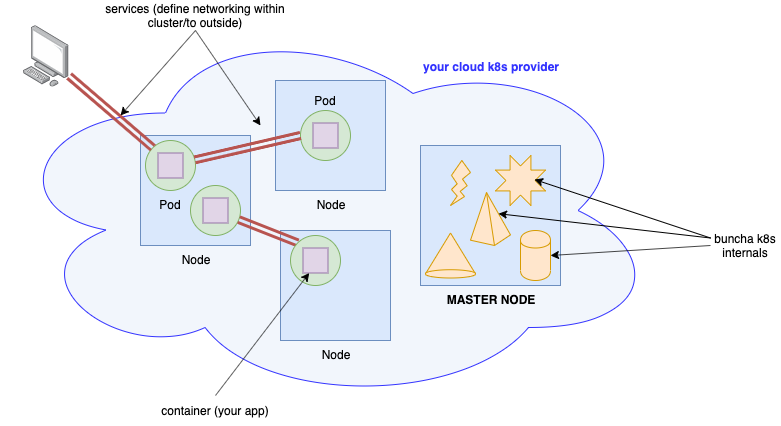
This is blog/assets/images/crash-course-kubernetes-nodes/k8s-arch.png from tilt-dev/tilt.build, a draw.io export, as it was before one commit. Source tidied: cells renumbered, new cells last; positions are measured from the earlier drawing's top-left corner, leaving out a move shared by most shapes. The source it was exported from:
```xml
<mxGraphModel>
  <root>
    <mxCell id="0" />
    <mxCell id="1" parent="0" />
    <mxCell id="2" style="ellipse;shape=cloud;whiteSpace=wrap;html=1;fillColor=#7EA6E0;fillOpacity=10;strokeColor=#3333FF;" parent="1" vertex="1">
      <mxGeometry y="15" width="660" height="390" as="geometry" />
    </mxCell>
    <mxCell id="3" value="Node" style="whiteSpace=wrap;html=1;labelPosition=center;verticalLabelPosition=bottom;align=center;verticalAlign=top;fillColor=#dae8fc;strokeColor=#6c8ebf;" parent="1" vertex="1">
      <mxGeometry x="140" y="135" width="110" height="110" as="geometry" />
    </mxCell>
    <mxCell id="4" value="&lt;b&gt;MASTER NODE&lt;/b&gt;" style="whiteSpace=wrap;html=1;labelPosition=center;verticalLabelPosition=bottom;align=center;verticalAlign=top;fillColor=#dae8fc;strokeColor=#6c8ebf;" parent="1" vertex="1">
      <mxGeometry x="420" y="145" width="140" height="140" as="geometry" />
    </mxCell>
    <mxCell id="5" value="Pod" style="ellipse;whiteSpace=wrap;html=1;fillColor=#d5e8d4;strokeColor=#82b366;labelPosition=center;verticalLabelPosition=bottom;align=center;verticalAlign=top;" parent="1" vertex="1">
      <mxGeometry x="145" y="140" width="50" height="50" as="geometry" />
    </mxCell>
    <mxCell id="6" value="Node" style="whiteSpace=wrap;html=1;labelPosition=center;verticalLabelPosition=bottom;align=center;verticalAlign=top;fillColor=#dae8fc;strokeColor=#6c8ebf;" parent="1" vertex="1">
      <mxGeometry x="275" y="80" width="110" height="110" as="geometry" />
    </mxCell>
    <mxCell id="7" value="Node" style="whiteSpace=wrap;html=1;labelPosition=center;verticalLabelPosition=bottom;align=center;verticalAlign=top;fillColor=#dae8fc;strokeColor=#6c8ebf;" parent="1" vertex="1">
      <mxGeometry x="280" y="230" width="110" height="110" as="geometry" />
    </mxCell>
    <mxCell id="8" style="ellipse;whiteSpace=wrap;html=1;fillColor=#d5e8d4;strokeColor=#82b366;labelPosition=center;verticalLabelPosition=top;align=center;verticalAlign=bottom;" parent="1" vertex="1">
      <mxGeometry x="190" y="185" width="50" height="50" as="geometry" />
    </mxCell>
    <mxCell id="9" value="Pod" style="ellipse;whiteSpace=wrap;html=1;fillColor=#d5e8d4;strokeColor=#82b366;labelPosition=center;verticalLabelPosition=top;align=center;verticalAlign=bottom;" parent="1" vertex="1">
      <mxGeometry x="300" y="110" width="50" height="50" as="geometry" />
    </mxCell>
    <mxCell id="10" value="container (your app)" style="text;html=1;strokeColor=none;fillColor=none;align=center;verticalAlign=middle;whiteSpace=wrap;rounded=0;" parent="1" vertex="1">
      <mxGeometry x="120" y="395" width="190" height="30" as="geometry" />
    </mxCell>
    <mxCell id="11" style="verticalLabelPosition=bottom;verticalAlign=top;html=1;shape=mxgraph.basic.flash;fillColor=#ffe6cc;strokeColor=#d79b00;" parent="1" vertex="1">
      <mxGeometry x="450" y="160" width="20" height="45" as="geometry" />
    </mxCell>
    <mxCell id="12" style="verticalLabelPosition=bottom;verticalAlign=top;html=1;shape=mxgraph.basic.cone;fillColor=#ffe6cc;strokeColor=#d79b00;" parent="1" vertex="1">
      <mxGeometry x="425" y="232.5" width="50" height="45" as="geometry" />
    </mxCell>
    <mxCell id="13" style="verticalLabelPosition=bottom;verticalAlign=top;html=1;shape=mxgraph.basic.8_point_star;fillColor=#ffe6cc;strokeColor=#d79b00;" parent="1" vertex="1">
      <mxGeometry x="495" y="155" width="50" height="50" as="geometry" />
    </mxCell>
    <mxCell id="14" style="verticalLabelPosition=bottom;verticalAlign=top;html=1;shape=mxgraph.basic.pyramid;dx1=0.4;dx2=0.6;dy1=0.9;dy2=0.8;fillColor=#ffe6cc;strokeColor=#d79b00;" parent="1" vertex="1">
      <mxGeometry x="470" y="192" width="40" height="53" as="geometry" />
    </mxCell>
    <mxCell id="15" style="shape=cylinder;whiteSpace=wrap;html=1;boundedLbl=1;backgroundOutline=1;fillColor=#ffe6cc;strokeColor=#d79b00;" parent="1" vertex="1">
      <mxGeometry x="520" y="230" width="30" height="50" as="geometry" />
    </mxCell>
    <mxCell id="16" style="endArrow=classic;html=1;exitX=0;exitY=0.25;exitDx=0;exitDy=0;entryX=0.78;entryY=0.48;entryDx=0;entryDy=0;entryPerimeter=0;" parent="1" edge="1" source="19" target="13">
      <mxGeometry relative="1" as="geometry" />
    </mxCell>
    <mxCell id="17" style="endArrow=classic;html=1;exitX=0;exitY=0.25;exitDx=0;exitDy=0;entryX=0;entryY=0;entryDx=28;entryDy=21.200000000000003;entryPerimeter=0;" parent="1" edge="1" source="19" target="14">
      <mxGeometry relative="1" as="geometry" />
    </mxCell>
    <mxCell id="18" style="endArrow=classic;html=1;entryX=1;entryY=0.5;entryDx=0;entryDy=0;" parent="1" edge="1" source="19" target="15">
      <mxGeometry relative="1" as="geometry" />
    </mxCell>
    <mxCell id="19" value="buncha k8s internals" style="text;html=1;strokeColor=none;fillColor=none;align=center;verticalAlign=middle;whiteSpace=wrap;rounded=0;" parent="1" vertex="1">
      <mxGeometry x="710" y="230" width="70" height="30" as="geometry" />
    </mxCell>
    <mxCell id="20" style="shape=link;html=1;entryX=0;entryY=0.5;entryDx=0;entryDy=0;strokeColor=#B85450;strokeWidth=3;" parent="1" edge="1" source="5" target="9">
      <mxGeometry relative="1" as="geometry" />
    </mxCell>
    <mxCell id="21" style="shape=link;html=1;entryX=0;entryY=0;entryDx=0;entryDy=0;strokeColor=#B85450;strokeWidth=3;" parent="1" edge="1" source="8" target="31">
      <mxGeometry relative="1" as="geometry" />
    </mxCell>
    <mxCell id="22" style="points=[];html=1;align=center;shadow=0;dashed=0;image;image=img/lib/allied_telesis/computer_and_terminals/Personal_Computer.svg;fillColor=#7EA6E0;" parent="1" vertex="1">
      <mxGeometry x="23" y="25" width="45.6" height="61.8" as="geometry" />
    </mxCell>
    <mxCell id="23" style="shape=link;html=1;exitX=0;exitY=0;exitDx=0;exitDy=0;strokeColor=#B85450;strokeWidth=3;" parent="1" edge="1" source="5" target="22">
      <mxGeometry relative="1" as="geometry" />
    </mxCell>
    <mxCell id="24" value="services (define networking within cluster/to outside)" style="text;html=1;strokeColor=none;fillColor=none;align=center;verticalAlign=middle;whiteSpace=wrap;rounded=0;" parent="1" vertex="1">
      <mxGeometry x="100" width="190" height="30" as="geometry" />
    </mxCell>
    <mxCell id="25" style="endArrow=classic;html=1;exitX=0.5;exitY=1;exitDx=0;exitDy=0;" parent="1" edge="1" source="24">
      <mxGeometry relative="1" as="geometry">
        <mxPoint x="260" y="125" as="targetPoint" />
      </mxGeometry>
    </mxCell>
    <mxCell id="26" style="endArrow=classic;html=1;exitX=0.5;exitY=1;exitDx=0;exitDy=0;" parent="1" edge="1" source="24">
      <mxGeometry relative="1" as="geometry">
        <mxPoint x="120" y="115" as="targetPoint" />
      </mxGeometry>
    </mxCell>
    <mxCell id="27" value="your cloud k8s provider" style="text;html=1;strokeColor=none;fillColor=none;align=center;verticalAlign=middle;whiteSpace=wrap;rounded=0;fontStyle=1;fontColor=#3333FF;" parent="1" vertex="1">
      <mxGeometry x="415" y="56" width="150" height="20" as="geometry" />
    </mxCell>
    <mxCell id="28" style="whiteSpace=wrap;html=1;strokeColor=#9673a6;fillColor=#e1d5e7;" parent="1" vertex="1">
      <mxGeometry x="312.5" y="122.5" width="25" height="25" as="geometry" />
    </mxCell>
    <mxCell id="29" style="whiteSpace=wrap;html=1;strokeColor=#9673a6;fillColor=#e1d5e7;" parent="1" vertex="1">
      <mxGeometry x="202.5" y="197.5" width="25" height="25" as="geometry" />
    </mxCell>
    <mxCell id="30" style="whiteSpace=wrap;html=1;strokeColor=#9673a6;fillColor=#e1d5e7;" parent="1" vertex="1">
      <mxGeometry x="157.5" y="152.5" width="25" height="25" as="geometry" />
    </mxCell>
    <mxCell id="31" style="ellipse;whiteSpace=wrap;html=1;fillColor=#d5e8d4;strokeColor=#82b366;labelPosition=center;verticalLabelPosition=top;align=center;verticalAlign=bottom;" parent="1" vertex="1">
      <mxGeometry x="290" y="235" width="50" height="50" as="geometry" />
    </mxCell>
    <mxCell id="32" style="whiteSpace=wrap;html=1;strokeColor=#9673a6;fillColor=#e1d5e7;" parent="1" vertex="1">
      <mxGeometry x="302.5" y="247.5" width="25" height="25" as="geometry" />
    </mxCell>
    <mxCell id="33" style="endArrow=classic;html=1;exitX=0.5;exitY=0;exitDx=0;exitDy=0;entryX=0.25;entryY=1;entryDx=0;entryDy=0;" parent="1" edge="1" source="10" target="32">
      <mxGeometry relative="1" as="geometry" />
    </mxCell>
  </root>
</mxGraphModel>
```
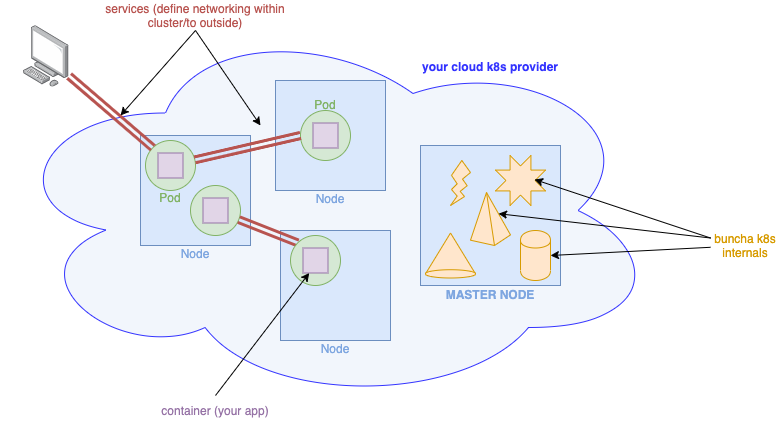
After the change.

Diff of the diagram source:
```diff
@@ -5,28 +5,28 @@
     <mxCell id="2" style="ellipse;shape=cloud;whiteSpace=wrap;html=1;fillColor=#7EA6E0;fillOpacity=10;strokeColor=#3333FF;" parent="1" vertex="1">
       <mxGeometry y="15" width="660" height="390" as="geometry" />
     </mxCell>
-    <mxCell id="3" value="Node" style="whiteSpace=wrap;html=1;labelPosition=center;verticalLabelPosition=bottom;align=center;verticalAlign=top;fillColor=#dae8fc;strokeColor=#6c8ebf;" parent="1" vertex="1">
-      <mxGeometry x="140" y="135" width="110" height="110" as="geometry" />
-    </mxCell>
+    <mxCell id="34" value="Node" style="whiteSpace=wrap;html=1;labelPosition=center;verticalLabelPosition=bottom;align=center;verticalAlign=top;fillColor=#dae8fc;strokeColor=#6c8ebf;spacingTop=-5;fontColor=#7EA6E0;" parent="1" vertex="1">
+      <mxGeometry x="140" y="135" width="110" height="110" as="geometry" />
+    </mxCell>
-    <mxCell id="4" value="&lt;b&gt;MASTER NODE&lt;/b&gt;" style="whiteSpace=wrap;html=1;labelPosition=center;verticalLabelPosition=bottom;align=center;verticalAlign=top;fillColor=#dae8fc;strokeColor=#6c8ebf;" parent="1" vertex="1">
+    <mxCell id="4" value="&lt;b&gt;MASTER NODE&lt;/b&gt;" style="whiteSpace=wrap;html=1;labelPosition=center;verticalLabelPosition=bottom;align=center;verticalAlign=top;fillColor=#dae8fc;strokeColor=#6c8ebf;fontColor=#7EA6E0;spacingTop=-4;" parent="1" vertex="1">
       <mxGeometry x="420" y="145" width="140" height="140" as="geometry" />
     </mxCell>
-    <mxCell id="5" value="Pod" style="ellipse;whiteSpace=wrap;html=1;fillColor=#d5e8d4;strokeColor=#82b366;labelPosition=center;verticalLabelPosition=bottom;align=center;verticalAlign=top;" parent="1" vertex="1">
-      <mxGeometry x="145" y="140" width="50" height="50" as="geometry" />
-    </mxCell>
-    <mxCell id="6" value="Node" style="whiteSpace=wrap;html=1;labelPosition=center;verticalLabelPosition=bottom;align=center;verticalAlign=top;fillColor=#dae8fc;strokeColor=#6c8ebf;" parent="1" vertex="1">
-      <mxGeometry x="275" y="80" width="110" height="110" as="geometry" />
-    </mxCell>
-    <mxCell id="7" value="Node" style="whiteSpace=wrap;html=1;labelPosition=center;verticalLabelPosition=bottom;align=center;verticalAlign=top;fillColor=#dae8fc;strokeColor=#6c8ebf;" parent="1" vertex="1">
-      <mxGeometry x="280" y="230" width="110" height="110" as="geometry" />
-    </mxCell>
+    <mxCell id="35" value="Pod" style="ellipse;whiteSpace=wrap;fillColor=#d5e8d4;strokeColor=#82b366;labelPosition=center;verticalLabelPosition=bottom;align=center;verticalAlign=top;spacingTop=-6;fontColor=#82B366;" parent="1" vertex="1">
+      <mxGeometry x="145" y="140" width="50" height="50" as="geometry" />
+    </mxCell>
+    <mxCell id="36" value="Node" style="whiteSpace=wrap;html=1;labelPosition=center;verticalLabelPosition=bottom;align=center;verticalAlign=top;fillColor=#dae8fc;strokeColor=#6c8ebf;fontColor=#7EA6E0;spacingTop=-5;" parent="1" vertex="1">
+      <mxGeometry x="275" y="80" width="110" height="110" as="geometry" />
+    </mxCell>
+    <mxCell id="37" value="Node" style="whiteSpace=wrap;html=1;labelPosition=center;verticalLabelPosition=bottom;align=center;verticalAlign=top;fillColor=#dae8fc;strokeColor=#6c8ebf;spacingTop=-5;fontColor=#7EA6E0;" parent="1" vertex="1">
+      <mxGeometry x="280" y="230" width="110" height="110" as="geometry" />
+    </mxCell>
     <mxCell id="8" style="ellipse;whiteSpace=wrap;html=1;fillColor=#d5e8d4;strokeColor=#82b366;labelPosition=center;verticalLabelPosition=top;align=center;verticalAlign=bottom;" parent="1" vertex="1">
       <mxGeometry x="190" y="185" width="50" height="50" as="geometry" />
     </mxCell>
-    <mxCell id="9" value="Pod" style="ellipse;whiteSpace=wrap;html=1;fillColor=#d5e8d4;strokeColor=#82b366;labelPosition=center;verticalLabelPosition=top;align=center;verticalAlign=bottom;" parent="1" vertex="1">
-      <mxGeometry x="300" y="110" width="50" height="50" as="geometry" />
-    </mxCell>
+    <mxCell id="38" value="Pod" style="ellipse;whiteSpace=wrap;html=1;fillColor=#d5e8d4;strokeColor=#82b366;labelPosition=center;verticalLabelPosition=top;align=center;verticalAlign=bottom;spacingBottom=-4;fontColor=#82B366;" parent="1" vertex="1">
+      <mxGeometry x="300" y="110" width="50" height="50" as="geometry" />
+    </mxCell>
-    <mxCell id="10" value="container (your app)" style="text;html=1;strokeColor=none;fillColor=none;align=center;verticalAlign=middle;whiteSpace=wrap;rounded=0;" parent="1" vertex="1">
+    <mxCell id="10" value="container (your app)" style="text;html=1;strokeColor=none;fillColor=none;align=center;verticalAlign=middle;whiteSpace=wrap;rounded=0;fontColor=#9673A6;" parent="1" vertex="1">
       <mxGeometry x="120" y="395" width="190" height="30" as="geometry" />
     </mxCell>
     <mxCell id="11" style="verticalLabelPosition=bottom;verticalAlign=top;html=1;shape=mxgraph.basic.flash;fillColor=#ffe6cc;strokeColor=#d79b00;" parent="1" vertex="1">
@@ -53,34 +53,34 @@
     <mxCell id="18" style="endArrow=classic;html=1;entryX=1;entryY=0.5;entryDx=0;entryDy=0;" parent="1" edge="1" source="19" target="15">
       <mxGeometry relative="1" as="geometry" />
     </mxCell>
-    <mxCell id="19" value="buncha k8s internals" style="text;html=1;strokeColor=none;fillColor=none;align=center;verticalAlign=middle;whiteSpace=wrap;rounded=0;" parent="1" vertex="1">
+    <mxCell id="19" value="buncha k8s internals" style="text;html=1;strokeColor=none;fillColor=none;align=center;verticalAlign=middle;whiteSpace=wrap;rounded=0;fontColor=#D79B00;" parent="1" vertex="1">
       <mxGeometry x="710" y="230" width="70" height="30" as="geometry" />
     </mxCell>
-    <mxCell id="20" style="shape=link;html=1;entryX=0;entryY=0.5;entryDx=0;entryDy=0;strokeColor=#B85450;strokeWidth=3;" parent="1" edge="1" source="5" target="9">
-      <mxGeometry relative="1" as="geometry" />
-    </mxCell>
+    <mxCell id="39" style="shape=link;html=1;entryX=0;entryY=0.5;entryDx=0;entryDy=0;strokeColor=#B85450;strokeWidth=3;" parent="1" edge="1" source="35" target="38">
+      <mxGeometry relative="1" as="geometry" />
+    </mxCell>
     <mxCell id="21" style="shape=link;html=1;entryX=0;entryY=0;entryDx=0;entryDy=0;strokeColor=#B85450;strokeWidth=3;" parent="1" edge="1" source="8" target="31">
       <mxGeometry relative="1" as="geometry" />
     </mxCell>
     <mxCell id="22" style="points=[];html=1;align=center;shadow=0;dashed=0;image;image=img/lib/allied_telesis/computer_and_terminals/Personal_Computer.svg;fillColor=#7EA6E0;" parent="1" vertex="1">
       <mxGeometry x="23" y="25" width="45.6" height="61.8" as="geometry" />
     </mxCell>
-    <mxCell id="23" style="shape=link;html=1;exitX=0;exitY=0;exitDx=0;exitDy=0;strokeColor=#B85450;strokeWidth=3;" parent="1" edge="1" source="5" target="22">
-      <mxGeometry relative="1" as="geometry" />
-    </mxCell>
+    <mxCell id="40" style="shape=link;html=1;exitX=0;exitY=0;exitDx=0;exitDy=0;strokeColor=#B85450;strokeWidth=3;" parent="1" edge="1" source="35" target="22">
+      <mxGeometry relative="1" as="geometry" />
+    </mxCell>
-    <mxCell id="24" value="services (define networking within cluster/to outside)" style="text;html=1;strokeColor=none;fillColor=none;align=center;verticalAlign=middle;whiteSpace=wrap;rounded=0;" parent="1" vertex="1">
+    <mxCell id="24" value="services (define networking within cluster/to outside)" style="text;html=1;strokeColor=none;fillColor=none;align=center;verticalAlign=middle;whiteSpace=wrap;rounded=0;fontColor=#B85450;" parent="1" vertex="1">
       <mxGeometry x="100" width="190" height="30" as="geometry" />
     </mxCell>
-    <mxCell id="25" style="endArrow=classic;html=1;exitX=0.5;exitY=1;exitDx=0;exitDy=0;" parent="1" edge="1" source="24">
-      <mxGeometry relative="1" as="geometry">
-        <mxPoint x="260" y="125" as="targetPoint" />
-      </mxGeometry>
-    </mxCell>
-    <mxCell id="26" style="endArrow=classic;html=1;exitX=0.5;exitY=1;exitDx=0;exitDy=0;" parent="1" edge="1" source="24">
-      <mxGeometry relative="1" as="geometry">
-        <mxPoint x="120" y="115" as="targetPoint" />
-      </mxGeometry>
-    </mxCell>
+    <mxCell id="41" style="endArrow=classic;html=1;exitX=0.5;exitY=1;exitDx=0;exitDy=0;" parent="1" edge="1" source="24">
+      <mxGeometry relative="1" as="geometry">
+        <mxPoint x="260" y="125" as="targetPoint" />
+      </mxGeometry>
+    </mxCell>
+    <mxCell id="42" style="endArrow=classic;html=1;exitX=0.5;exitY=1;exitDx=0;exitDy=0;" parent="1" edge="1" source="24">
+      <mxGeometry relative="1" as="geometry">
+        <mxPoint x="120" y="115" as="targetPoint" />
+      </mxGeometry>
+    </mxCell>
     <mxCell id="27" value="your cloud k8s provider" style="text;html=1;strokeColor=none;fillColor=none;align=center;verticalAlign=middle;whiteSpace=wrap;rounded=0;fontStyle=1;fontColor=#3333FF;" parent="1" vertex="1">
       <mxGeometry x="415" y="56" width="150" height="20" as="geometry" />
     </mxCell>
```
